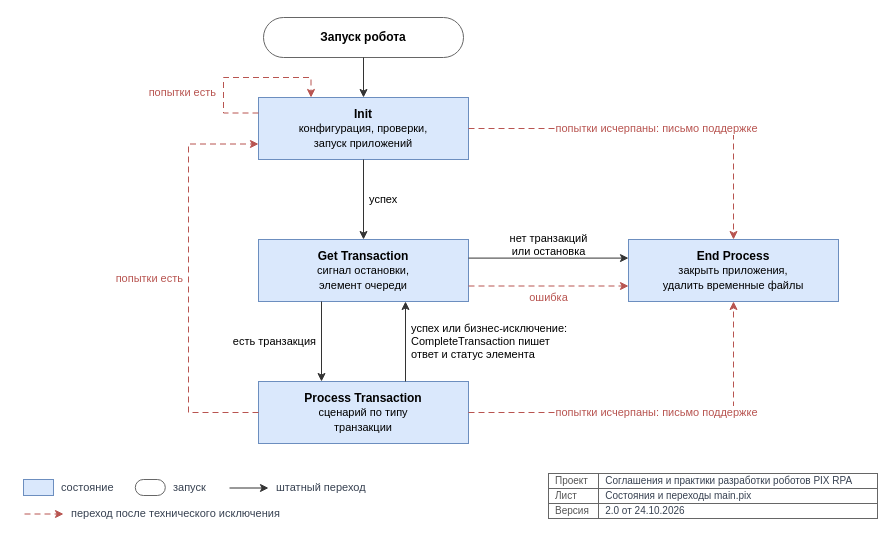
Before: page "template / TEMPLATE-02-states" (4 of 6) of images/diagrams.drawio in TheMrDJek/PixRpaDevelopmentConventions, a draw.io diagram. Source tidied: cells renumbered, new cells numbered last; positions are measured from the earlier drawing's top-left corner, leaving out a move shared by most shapes. Both pictures are drawn from the tidied source at 100%, with x=0, y=0 at pixel (23, 17).
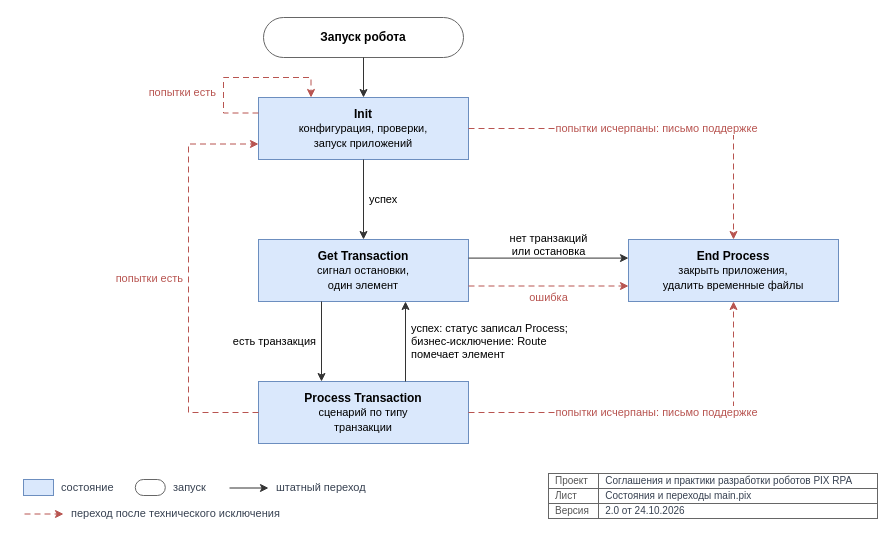
Above is the later version.

Unchanged cells that the change refers to:
```xml
<mxCell id="5" value="&lt;b&gt;Process Transaction&lt;/b&gt;&lt;br&gt;&lt;font style=&quot;font-size:11px&quot;&gt;сценарий по типу&lt;br&gt;транзакции&lt;/font&gt;" style="rounded=0;fillColor=#DAE8FC;strokeColor=#6C8EBF;strokeWidth=1;fontColor=#000000;fontSize=12;whiteSpace=wrap;html=1;fontFamily=Helvetica;" parent="1" vertex="1">
  <mxGeometry x="235" y="364" width="210" height="62" as="geometry" />
</mxCell>
```

What changed in the source:
```diff
@@
-    <mxCell id="4" value="&lt;b&gt;Get Transaction&lt;/b&gt;&lt;br&gt;&lt;font style=&quot;font-size:11px&quot;&gt;сигнал остановки,&lt;br&gt;элемент очереди&lt;/font&gt;" style="rounded=0;fillColor=#DAE8FC;strokeColor=#6C8EBF;strokeWidth=1;fontColor=#000000;fontSize=12;whiteSpace=wrap;html=1;fontFamily=Helvetica;" parent="1" vertex="1">
+    <mxCell id="4" value="&lt;b&gt;Get Transaction&lt;/b&gt;&lt;br&gt;&lt;font style=&quot;font-size:11px&quot;&gt;сигнал остановки,&lt;br&gt;один элемент&lt;/font&gt;" style="rounded=0;fillColor=#DAE8FC;strokeColor=#6C8EBF;strokeWidth=1;fontColor=#000000;fontSize=12;whiteSpace=wrap;html=1;fontFamily=Helvetica;" parent="1" vertex="1">
       <mxGeometry x="235" y="222" width="210" height="62" as="geometry" />
     </mxCell>
@@
-    <mxCell id="10" value="успех или бизнес-исключение:&lt;br&gt;CompleteTransaction пишет&lt;br&gt;ответ и статус элемента" style="edgeStyle=orthogonalEdgeStyle;rounded=0;html=1;strokeColor=#333333;strokeWidth=1;endArrow=classic;endFill=1;fontSize=11;fontColor=#000000;labelBackgroundColor=#FFFFFF;jumpStyle=arc;jumpSize=8;fontFamily=Helvetica;align=left;spacingLeft=4;labelBackgroundColor=none;exitX=0.7;exitY=0;exitDx=0;exitDy=0;entryX=0.7;entryY=1;entryDx=0;entryDy=0;" parent="1" edge="1" source="5" target="4">
+    <mxCell id="10" value="успех: статус записал Process;&lt;br&gt;бизнес-исключение: Route&lt;br&gt;помечает элемент" style="edgeStyle=orthogonalEdgeStyle;rounded=0;html=1;strokeColor=#333333;strokeWidth=1;endArrow=classic;endFill=1;fontSize=11;fontColor=#000000;labelBackgroundColor=#FFFFFF;jumpStyle=arc;jumpSize=8;fontFamily=Helvetica;align=left;spacingLeft=4;labelBackgroundColor=none;exitX=0.7;exitY=0;exitDx=0;exitDy=0;entryX=0.7;entryY=1;entryDx=0;entryDy=0;" parent="1" edge="1" source="5" target="4">
       <mxGeometry relative="1" as="geometry" />
     </mxCell>
```
